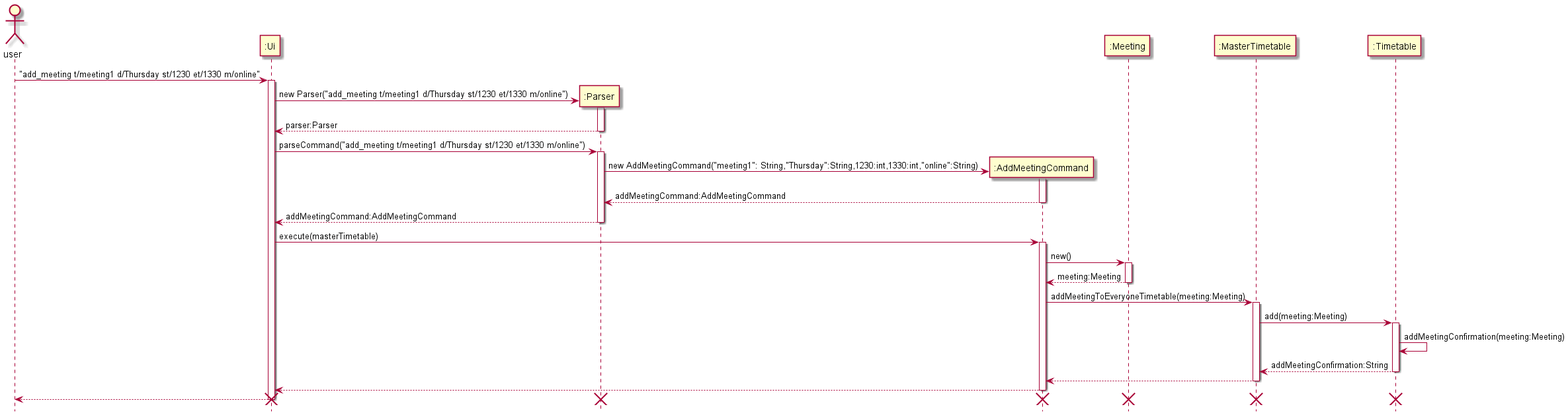
The PlantUML diagram docs/images/AddMeetingCommandSequence.png in nus-cs2113-AY2122S2/tp, before a commit. The source it was exported from:
```plantuml
@startuml
hide footbox
actor user


user -> ":Ui" ++ :"add_meeting t/meeting1 d/Thursday st/1230 et/1330 m/online"
create ":Parser"
":Ui" -> ":Parser" ++: new Parser("add_meeting t/meeting1 d/Thursday st/1230 et/1330 m/online")
":Parser" --> ":Ui" --: parser:Parser
":Ui" -> ":Parser" ++: parseCommand("add_meeting t/meeting1 d/Thursday st/1230 et/1330 m/online")
create ":AddMeetingCommand"
":Parser" -> ":AddMeetingCommand" ++: new AddMeetingCommand("meeting1": String,"Thursday":String,1230:int,1330:int,"online":String)
":AddMeetingCommand" --> ":Parser" --: addMeetingCommand:AddMeetingCommand
":Parser" --> ":Ui" --: addMeetingCommand:AddMeetingCommand
":Ui" -> ":AddMeetingCommand" ++: execute(masterTimetable)
":AddMeetingCommand" -> ":Meeting" ++ : new()
":Meeting" --> ":AddMeetingCommand" --: meeting:Meeting

":AddMeetingCommand" -> ":MasterTimetable" ++: addMeetingToEveryoneTimetable(meeting:Meeting)
":MasterTimetable" -> ":Timetable" ++ : add(meeting:Meeting)
":Timetable" -> ":Timetable": addMeetingConfirmation(meeting:Meeting)
":Timetable" --> ":MasterTimetable" --: addMeetingConfirmation:String
":MasterTimetable" --> ":AddMeetingCommand" -- :
":AddMeetingCommand" --> ":Ui" --:
":Ui" --> "user" --:
destroy ":AddMeetingCommand"
destroy ":Parser"
destroy ":Meeting"
destroy ":Timetable"
destroy ":MasterTimetable"
destroy ":Ui"
@enduml
```
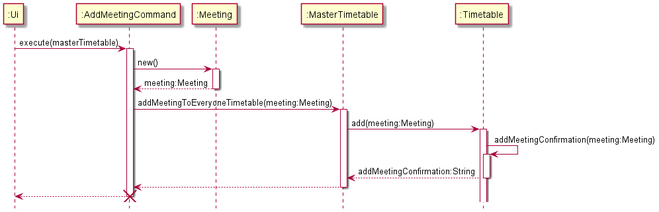
Above is the later version.

Commit message:
Change method name AddMeeting test

The edit, as a diff of the source:
```diff
@@ -1,32 +1,18 @@
 @startuml
 hide footbox
-actor user
 
-
-user -> ":Ui" ++ :"add_meeting t/meeting1 d/Thursday st/1230 et/1330 m/online"
-create ":Parser"
-":Ui" -> ":Parser" ++: new Parser("add_meeting t/meeting1 d/Thursday st/1230 et/1330 m/online")
-":Parser" --> ":Ui" --: parser:Parser
-":Ui" -> ":Parser" ++: parseCommand("add_meeting t/meeting1 d/Thursday st/1230 et/1330 m/online")
-create ":AddMeetingCommand"
-":Parser" -> ":AddMeetingCommand" ++: new AddMeetingCommand("meeting1": String,"Thursday":String,1230:int,1330:int,"online":String)
-":AddMeetingCommand" --> ":Parser" --: addMeetingCommand:AddMeetingCommand
-":Parser" --> ":Ui" --: addMeetingCommand:AddMeetingCommand
 ":Ui" -> ":AddMeetingCommand" ++: execute(masterTimetable)
 ":AddMeetingCommand" -> ":Meeting" ++ : new()
 ":Meeting" --> ":AddMeetingCommand" --: meeting:Meeting
 
 ":AddMeetingCommand" -> ":MasterTimetable" ++: addMeetingToEveryoneTimetable(meeting:Meeting)
 ":MasterTimetable" -> ":Timetable" ++ : add(meeting:Meeting)
-":Timetable" -> ":Timetable": addMeetingConfirmation(meeting:Meeting)
+":Timetable" -> ":Timetable"++: addMeetingConfirmation(meeting:Meeting)
 ":Timetable" --> ":MasterTimetable" --: addMeetingConfirmation:String
 ":MasterTimetable" --> ":AddMeetingCommand" -- :
 ":AddMeetingCommand" --> ":Ui" --:
-":Ui" --> "user" --:
+
 destroy ":AddMeetingCommand"
-destroy ":Parser"
-destroy ":Meeting"
-destroy ":Timetable"
-destroy ":MasterTimetable"
-destroy ":Ui"
+
+
 @enduml
```
